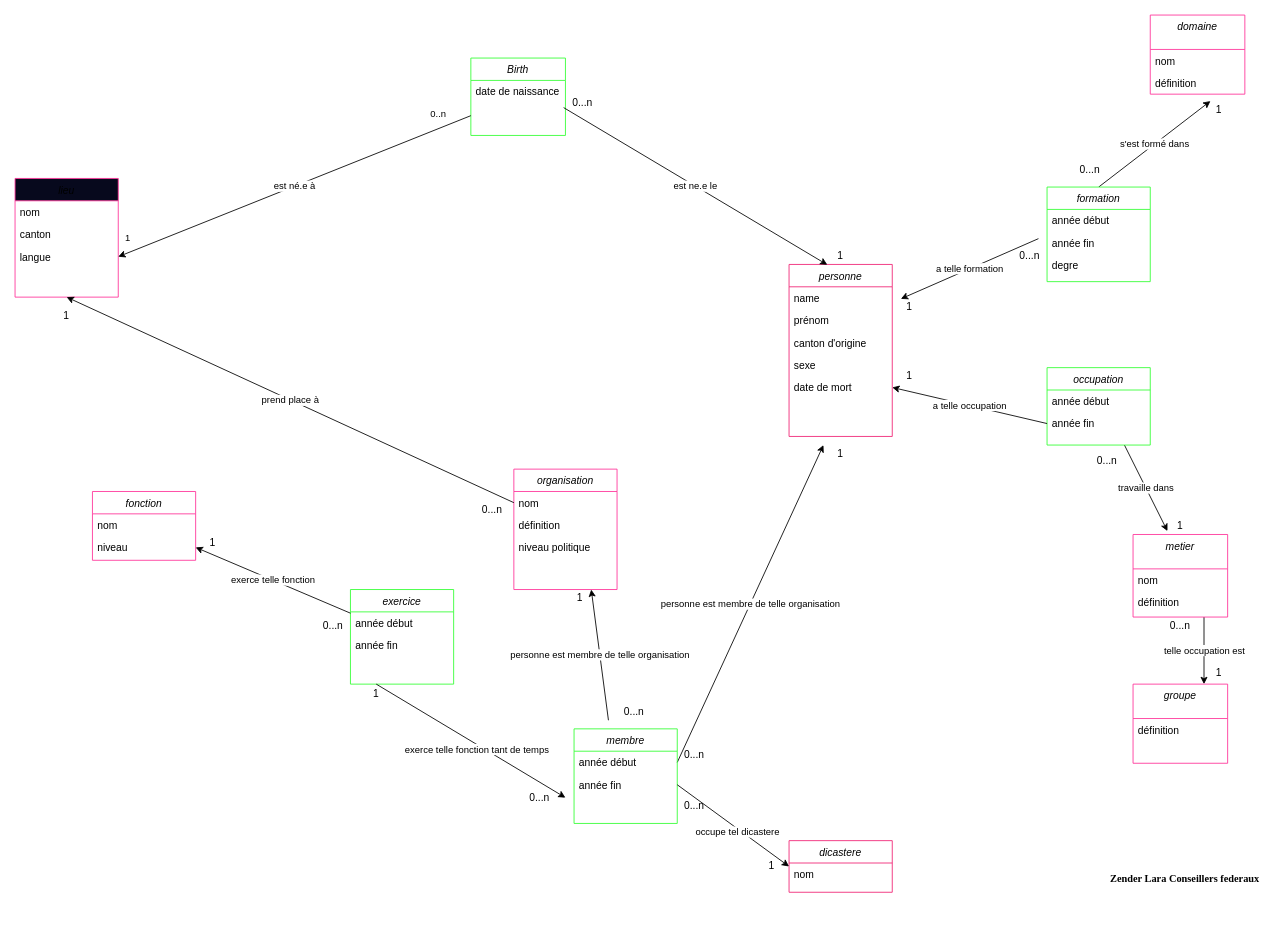
Earlier version of the draw.io diagram MCD_to_database_conseil_federal.drawio (Sciences-historiques-numeriques/std_conseil_federal). Source tidied: cells renumbered, new cells numbered last; positions are measured from the earlier drawing's top-left corner, leaving out a move shared by most shapes. Both pictures are drawn from the tidied source at 86%, with x=0, y=0 at pixel (15, 15).
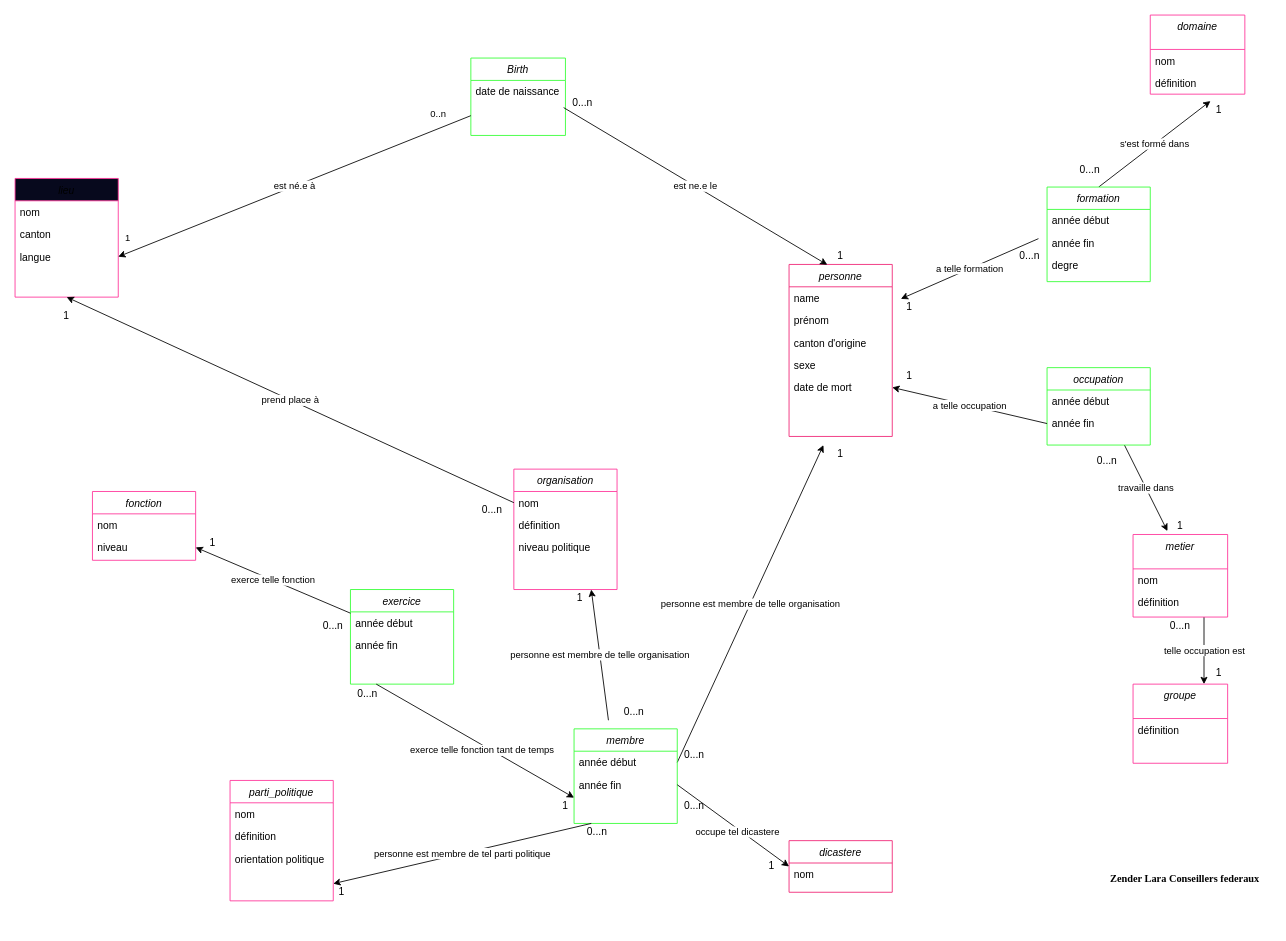
Above is the later version.

Commit message:
MaJ MCD

The change refers to these unchanged cells:
```xml
<mxCell id="36" value="exercice" style="swimlane;fontStyle=2;align=center;verticalAlign=top;horizontal=1;startSize=26;rounded=0;shadow=0;strokeWidth=1;strokeColor=#33FF33;" parent="1" vertex="1">
  <mxGeometry x="390" y="668" width="120" height="110" as="geometry" />
</mxCell>
```

Diff of the diagram source:
```diff
@@
-    <mxCell id="52" value="exerce telle fonction tant de temps" style="edgeStyle=none;html=1;exitX=0.25;exitY=1;exitDx=0;exitDy=0;" parent="1" edge="1" source="36">
-      <mxGeometry x="0.09" y="-5" relative="1" as="geometry">
-        <mxPoint x="640" y="910" as="targetPoint" />
-      </mxGeometry>
+    <mxCell id="52" value="exerce telle fonction tant de temps" style="edgeStyle=none;html=1;exitX=0.25;exitY=1;exitDx=0;exitDy=0;entryX=0.75;entryY=0;entryDx=0;entryDy=0;" parent="1" edge="1" source="36" target="82">
+      <mxGeometry x="0.09" y="-5" relative="1" as="geometry" />
     </mxCell>
     <mxCell id="53" value="0...n" style="text;strokeColor=none;align=center;fillColor=none;html=1;verticalAlign=middle;whiteSpace=wrap;rounded=0;" parent="1" vertex="1">
-      <mxGeometry x="590" y="900" width="40" height="20" as="geometry" />
+      <mxGeometry x="390" y="780" width="40" height="20" as="geometry" />
     </mxCell>
@@
     <mxCell id="82" value="1" style="text;strokeColor=none;align=center;fillColor=none;html=1;verticalAlign=middle;whiteSpace=wrap;rounded=0;" parent="1" vertex="1">
-      <mxGeometry x="400" y="780" width="40" height="20" as="geometry" />
+      <mxGeometry x="620" y="910" width="40" height="20" as="geometry" />
     </mxCell>
@@
+    <mxCell id="91" value="parti_politique" style="swimlane;fontStyle=2;align=center;verticalAlign=top;horizontal=1;startSize=26;rounded=0;shadow=0;strokeWidth=1;strokeColor=#FF3399;" parent="1" vertex="1">
+      <mxGeometry x="250" y="890" width="120" height="140" as="geometry" />
+    </mxCell>
+    <mxCell id="92" value="nom" style="text;align=left;verticalAlign=top;spacingLeft=4;spacingRight=4;overflow=hidden;" parent="91" vertex="1">
+      <mxGeometry y="26" width="120" height="26" as="geometry" />
+    </mxCell>
+    <mxCell id="93" value="définition" style="text;align=left;verticalAlign=top;spacingLeft=4;spacingRight=4;overflow=hidden;rounded=0;shadow=0;html=0;" parent="91" vertex="1">
+      <mxGeometry y="52" width="120" height="26" as="geometry" />
+    </mxCell>
+    <mxCell id="94" style="edgeStyle=elbowEdgeStyle;rounded=0;orthogonalLoop=1;jettySize=auto;elbow=vertical;html=1;exitX=0;exitY=0.5;exitDx=0;exitDy=0;" parent="91" edge="1">
+      <mxGeometry relative="1" as="geometry">
+        <mxPoint y="91" as="sourcePoint" />
+        <mxPoint y="91" as="targetPoint" />
+      </mxGeometry>
+    </mxCell>
+    <mxCell id="95" value="orientation politique" style="text;align=left;verticalAlign=top;spacingLeft=4;spacingRight=4;overflow=hidden;rounded=0;shadow=0;html=0;" parent="91" vertex="1">
+      <mxGeometry y="78" width="120" height="26" as="geometry" />
+    </mxCell>
+    <mxCell id="96" value="personne est membre de tel parti politique" style="edgeStyle=none;html=1;" parent="1" edge="1">
+      <mxGeometry relative="1" as="geometry">
+        <mxPoint x="670" y="940" as="sourcePoint" />
+        <mxPoint x="370" y="1010" as="targetPoint" />
+      </mxGeometry>
+    </mxCell>
+    <mxCell id="97" value="0...n" style="text;strokeColor=none;align=center;fillColor=none;html=1;verticalAlign=middle;whiteSpace=wrap;rounded=0;" parent="1" vertex="1">
+      <mxGeometry x="657" y="940" width="40" height="20" as="geometry" />
+    </mxCell>
+    <mxCell id="98" value="1" style="text;strokeColor=none;align=center;fillColor=none;html=1;verticalAlign=middle;whiteSpace=wrap;rounded=0;" parent="1" vertex="1">
+      <mxGeometry x="360" y="1010" width="40" height="20" as="geometry" />
+    </mxCell>
```
